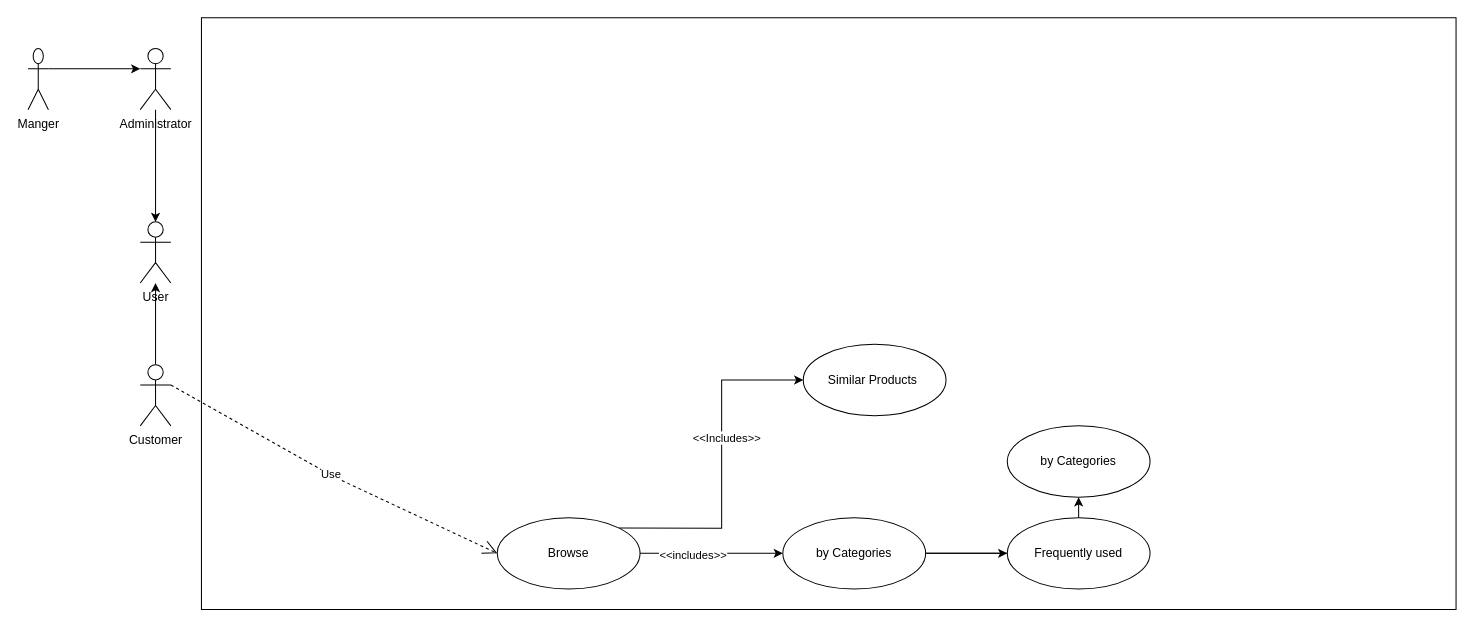
The draw.io diagram Untitled Diagram.drawio in Swaraj-Bharti/softwarearchitectcert, before the edit. Source tidied: cells renumbered, new cells numbered last; positions are measured from the earlier drawing's top-left corner, leaving out a move shared by most shapes. Both pictures are drawn from the tidied source at 102%, with x=0, y=0 at pixel (28, 17).
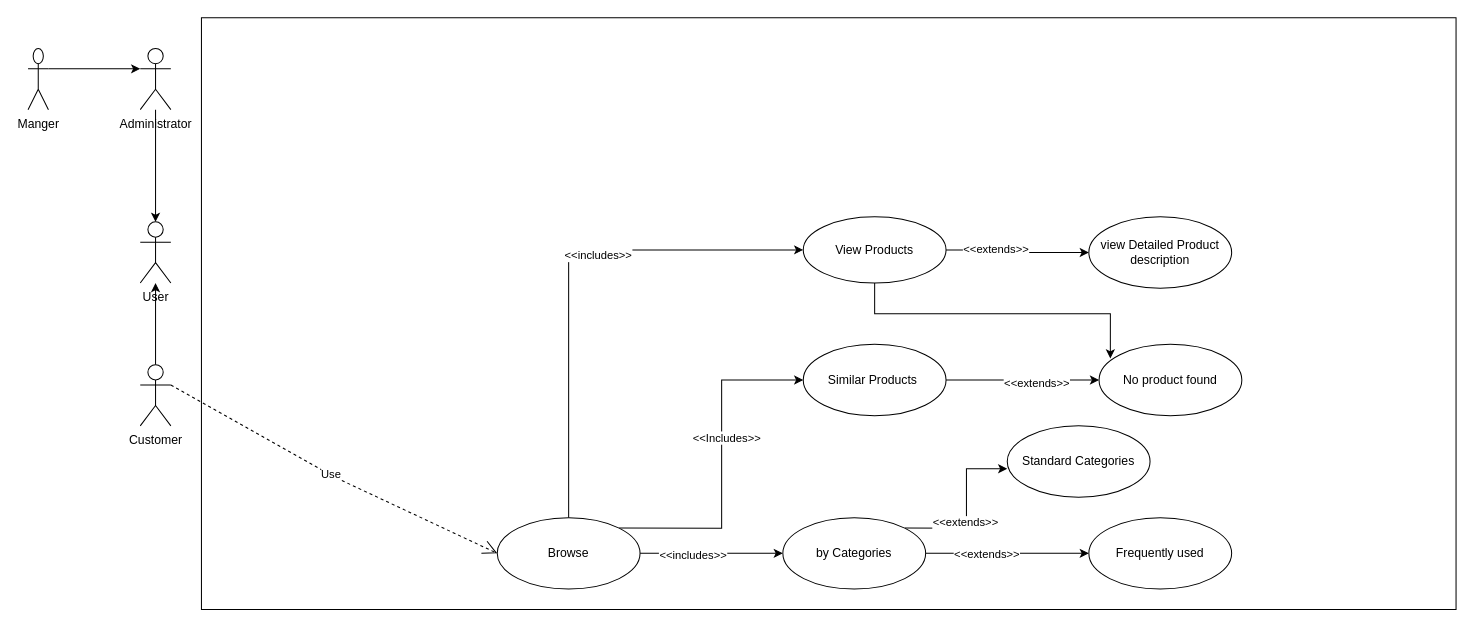
After the change.

Unchanged cells that the change refers to:
```xml
<mxCell id="14" value="Browse" style="ellipse;whiteSpace=wrap;html=1;" parent="1" vertex="1">
  <mxGeometry x="460" y="490" width="140" height="70" as="geometry" />
</mxCell>
<mxCell id="16" style="edgeStyle=orthogonalEdgeStyle;rounded=0;jettySize=auto;html=1;" parent="1" edge="1" source="18" target="20">
  <mxGeometry relative="1" as="geometry" />
</mxCell>
<mxCell id="18" value="by Categories" style="ellipse;whiteSpace=wrap;html=1;" parent="1" vertex="1">
  <mxGeometry x="740" y="490" width="140" height="70" as="geometry" />
</mxCell>
<mxCell id="19" value="Similar Products&amp;nbsp;" style="ellipse;whiteSpace=wrap;html=1;" parent="1" vertex="1">
  <mxGeometry x="760" y="320" width="140" height="70" as="geometry" />
</mxCell>
```

What changed in the source:
```diff
@@
+    <mxCell id="22" style="edgeStyle=orthogonalEdgeStyle;rounded=0;jettySize=auto;html=1;exitX=0.5;exitY=0;exitDx=0;exitDy=0;entryX=0;entryY=0.5;entryDx=0;entryDy=0;" parent="1" edge="1" source="14" target="32">
+      <mxGeometry relative="1" as="geometry" />
+    </mxCell>
+    <mxCell id="23" value="&amp;lt;&amp;lt;includes&amp;gt;&amp;gt;" style="edgeLabel;html=1;align=center;verticalAlign=middle;" parent="22" vertex="1">
+      <mxGeometry x="0.18" y="-5" relative="1" as="geometry" />
+    </mxCell>
@@
+    <mxCell id="24" value="&amp;lt;&amp;lt;extends&amp;gt;&amp;gt;" style="edgeLabel;html=1;align=center;verticalAlign=middle;" parent="16" vertex="1">
+      <mxGeometry x="-0.26" relative="1" as="geometry" />
+    </mxCell>
-    <mxCell id="17" style="edgeStyle=orthogonalEdgeStyle;rounded=0;jettySize=auto;html=1;" parent="1" edge="1" source="18" target="21">
+    <mxCell id="17" style="edgeStyle=orthogonalEdgeStyle;rounded=0;jettySize=auto;html=1;exitX=1;exitY=0;exitDx=0;exitDy=0;entryX=0;entryY=0.6;entryDx=0;entryDy=0;entryPerimeter=0;" parent="1" edge="1" source="18" target="21">
       <mxGeometry relative="1" as="geometry" />
     </mxCell>
+    <mxCell id="25" value="&amp;lt;&amp;lt;extends&amp;gt;&amp;gt;" style="edgeLabel;html=1;align=center;verticalAlign=middle;" parent="17" vertex="1">
+      <mxGeometry x="-0.17" y="2" relative="1" as="geometry" />
+    </mxCell>
@@
+    <mxCell id="26" style="edgeStyle=orthogonalEdgeStyle;rounded=0;jettySize=auto;html=1;" parent="1" edge="1" source="19" target="28">
+      <mxGeometry relative="1" as="geometry" />
+    </mxCell>
+    <mxCell id="27" value="&amp;lt;&amp;lt;extends&amp;gt;&amp;gt;" style="edgeLabel;html=1;align=center;verticalAlign=middle;" parent="26" vertex="1">
+      <mxGeometry x="0.17" y="-2" relative="1" as="geometry" />
+    </mxCell>
@@
     <mxCell id="20" value="Frequently used" style="ellipse;whiteSpace=wrap;html=1;" parent="1" vertex="1">
-      <mxGeometry x="960" y="490" width="140" height="70" as="geometry" />
+      <mxGeometry x="1040" y="490" width="140" height="70" as="geometry" />
     </mxCell>
-    <mxCell id="21" value="by Categories" style="ellipse;whiteSpace=wrap;html=1;" parent="1" vertex="1">
+    <mxCell id="21" value="Standard Categories" style="ellipse;whiteSpace=wrap;html=1;" parent="1" vertex="1">
       <mxGeometry x="960" y="400" width="140" height="70" as="geometry" />
     </mxCell>
+    <mxCell id="28" value="No product found" style="ellipse;whiteSpace=wrap;html=1;" parent="1" vertex="1">
+      <mxGeometry x="1050" y="320" width="140" height="70" as="geometry" />
+    </mxCell>
+    <mxCell id="29" style="edgeStyle=orthogonalEdgeStyle;rounded=0;jettySize=auto;html=1;" parent="1" edge="1" source="32" target="33">
+      <mxGeometry relative="1" as="geometry" />
+    </mxCell>
+    <mxCell id="30" value="&amp;lt;&amp;lt;extends&amp;gt;&amp;gt;" style="edgeLabel;html=1;align=center;verticalAlign=middle;" parent="29" vertex="1">
+      <mxGeometry x="-0.33" y="1" relative="1" as="geometry" />
+    </mxCell>
+    <mxCell id="31" style="edgeStyle=orthogonalEdgeStyle;rounded=0;jettySize=auto;html=1;entryX=0.079;entryY=0.2;entryDx=0;entryDy=0;entryPerimeter=0;exitX=0.5;exitY=1;exitDx=0;exitDy=0;" parent="1" edge="1" source="32" target="28">
+      <mxGeometry relative="1" as="geometry" />
+    </mxCell>
+    <mxCell id="32" value="View Products" style="ellipse;whiteSpace=wrap;html=1;" parent="1" vertex="1">
+      <mxGeometry x="760" y="195" width="140" height="65" as="geometry" />
+    </mxCell>
+    <mxCell id="33" value="view Detailed Product description" style="ellipse;whiteSpace=wrap;html=1;" parent="1" vertex="1">
+      <mxGeometry x="1040" y="195" width="140" height="70" as="geometry" />
+    </mxCell>
```
